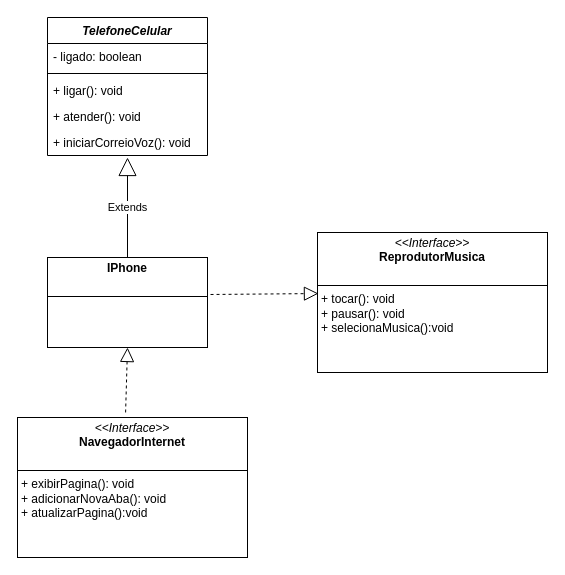
Above: desafio-Iphone/desafio-iphone.drawio in PedroWeb80/fundamentosjava (draw.io), before the change. Source tidied: cells renumbered, new cells numbered last; positions are measured from the earlier drawing's top-left corner, leaving out a move shared by most shapes. Both pictures are drawn from the tidied source at 100%, with x=0, y=0 at pixel (17, 17).
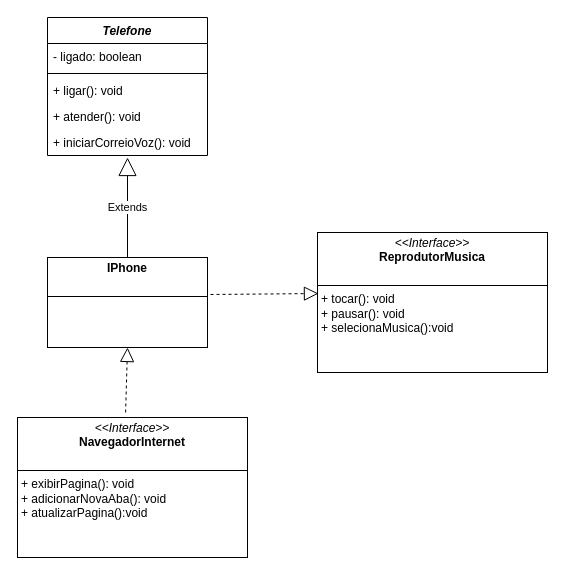
Above is the later version.

What changed in the source:
```diff
@@
 <mxGraphModel>
   <root>
     <mxCell id="0" />
     <mxCell id="1" parent="0" />
-    <mxCell id="2" value="&lt;i&gt;TelefoneCelular&lt;/i&gt;" style="swimlane;fontStyle=1;align=center;verticalAlign=top;horizontal=1;startSize=26;whiteSpace=wrap;html=1;" parent="1" vertex="1">
+    <mxCell id="2" value="&lt;i&gt;Telefone&lt;/i&gt;" style="swimlane;fontStyle=1;align=center;verticalAlign=top;horizontal=1;startSize=26;whiteSpace=wrap;html=1;" parent="1" vertex="1">
       <mxGeometry x="30" width="160" height="138" as="geometry" />
     </mxCell>
     <mxCell id="3" value="- ligado: boolean" style="text;strokeColor=none;fillColor=none;align=left;verticalAlign=top;spacingLeft=4;spacingRight=4;overflow=hidden;whiteSpace=wrap;html=1;" parent="2" vertex="1">
       <mxGeometry y="26" width="160" height="26" as="geometry" />
     </mxCell>
     <mxCell id="4" style="line;strokeWidth=1;fillColor=none;align=left;verticalAlign=middle;spacingTop=-1;spacingLeft=3;spacingRight=3;labelPosition=right;strokeColor=inherit;" parent="2" vertex="1">
       <mxGeometry y="52" width="160" height="8" as="geometry" />
     </mxCell>
     <mxCell id="5" value="+ ligar(): void" style="text;strokeColor=none;fillColor=none;align=left;verticalAlign=top;spacingLeft=4;spacingRight=4;overflow=hidden;whiteSpace=wrap;html=1;" parent="2" vertex="1">
       <mxGeometry y="60" width="160" height="26" as="geometry" />
     </mxCell>
     <mxCell id="6" value="+ atender(): void" style="text;strokeColor=none;fillColor=none;align=left;verticalAlign=top;spacingLeft=4;spacingRight=4;overflow=hidden;whiteSpace=wrap;html=1;" parent="2" vertex="1">
       <mxGeometry y="86" width="160" height="26" as="geometry" />
     </mxCell>
     <mxCell id="7" value="+ iniciarCorreioVoz(): void" style="text;strokeColor=none;fillColor=none;align=left;verticalAlign=top;spacingLeft=4;spacingRight=4;overflow=hidden;points=[[0,0.5],[1,0.5]];portConstraint=eastwest;whiteSpace=wrap;html=1;" parent="2" vertex="1">
       <mxGeometry y="112" width="160" height="26" as="geometry" />
     </mxCell>
     <mxCell id="8" value="&lt;p style=&quot;margin:0px;margin-top:4px;text-align:center;&quot;&gt;&lt;b&gt;IPhone&lt;/b&gt;&lt;/p&gt;&lt;p style=&quot;margin:0px;margin-left:4px;&quot;&gt;&lt;br&gt;&lt;/p&gt;&lt;hr size=&quot;1&quot; style=&quot;border-style:solid;&quot;&gt;&lt;p style=&quot;margin:0px;margin-left:4px;&quot;&gt;&lt;br&gt;&lt;/p&gt;" style="verticalAlign=top;align=left;overflow=fill;html=1;whiteSpace=wrap;" parent="1" vertex="1">
       <mxGeometry x="30" y="240" width="160" height="90" as="geometry" />
     </mxCell>
     <mxCell id="9" value="Extends" style="endArrow=block;endSize=16;endFill=0;html=1;rounded=0;exitX=0.5;exitY=0;exitDx=0;exitDy=0;entryX=0.5;entryY=1.077;entryDx=0;entryDy=0;entryPerimeter=0;" parent="1" edge="1" source="8" target="7">
       <mxGeometry relative="1" as="geometry" />
     </mxCell>
     <mxCell id="10" value="&lt;p style=&quot;margin:0px;margin-top:4px;text-align:center;&quot;&gt;&lt;i&gt;&amp;lt;&amp;lt;Interface&amp;gt;&amp;gt;&lt;/i&gt;&lt;br&gt;&lt;b&gt;ReprodutorMusica&lt;/b&gt;&lt;/p&gt;&lt;p style=&quot;margin:0px;margin-left:4px;&quot;&gt;&lt;br&gt;&lt;/p&gt;&lt;hr size=&quot;1&quot; style=&quot;border-style:solid;&quot;&gt;&lt;p style=&quot;margin:0px;margin-left:4px;&quot;&gt;+ tocar(): void&lt;br&gt;+ pausar(): void&lt;/p&gt;&lt;p style=&quot;margin:0px;margin-left:4px;&quot;&gt;+ selecionaMusica():void&lt;/p&gt;" style="verticalAlign=top;align=left;overflow=fill;html=1;whiteSpace=wrap;" parent="1" vertex="1">
       <mxGeometry x="300" y="215" width="230" height="140" as="geometry" />
     </mxCell>
     <mxCell id="11" style="endArrow=block;dashed=1;endFill=0;endSize=12;html=1;rounded=0;exitX=1.019;exitY=0.411;exitDx=0;exitDy=0;exitPerimeter=0;entryX=0.004;entryY=0.436;entryDx=0;entryDy=0;entryPerimeter=0;" parent="1" edge="1" source="8" target="10">
       <mxGeometry relative="1" as="geometry" />
     </mxCell>
     <mxCell id="12" value="&lt;p style=&quot;margin:0px;margin-top:4px;text-align:center;&quot;&gt;&lt;i&gt;&amp;lt;&amp;lt;Interface&amp;gt;&amp;gt;&lt;/i&gt;&lt;br&gt;&lt;b&gt;NavegadorInternet&lt;/b&gt;&lt;/p&gt;&lt;p style=&quot;margin:0px;margin-left:4px;&quot;&gt;&lt;br&gt;&lt;/p&gt;&lt;hr size=&quot;1&quot; style=&quot;border-style:solid;&quot;&gt;&lt;p style=&quot;margin:0px;margin-left:4px;&quot;&gt;+ exibirPagina(): void&lt;br&gt;+ adicionarNovaAba(): void&lt;/p&gt;&lt;p style=&quot;margin:0px;margin-left:4px;&quot;&gt;+ atualizarPagina():void&lt;/p&gt;" style="verticalAlign=top;align=left;overflow=fill;html=1;whiteSpace=wrap;" parent="1" vertex="1">
       <mxGeometry y="400" width="230" height="140" as="geometry" />
     </mxCell>
     <mxCell id="13" style="endArrow=block;dashed=1;endFill=0;endSize=12;html=1;rounded=0;exitX=0.47;exitY=-0.036;exitDx=0;exitDy=0;exitPerimeter=0;entryX=0.5;entryY=1;entryDx=0;entryDy=0;" parent="1" edge="1" source="12" target="8">
       <mxGeometry relative="1" as="geometry" />
     </mxCell>
   </root>
 </mxGraphModel>
```
